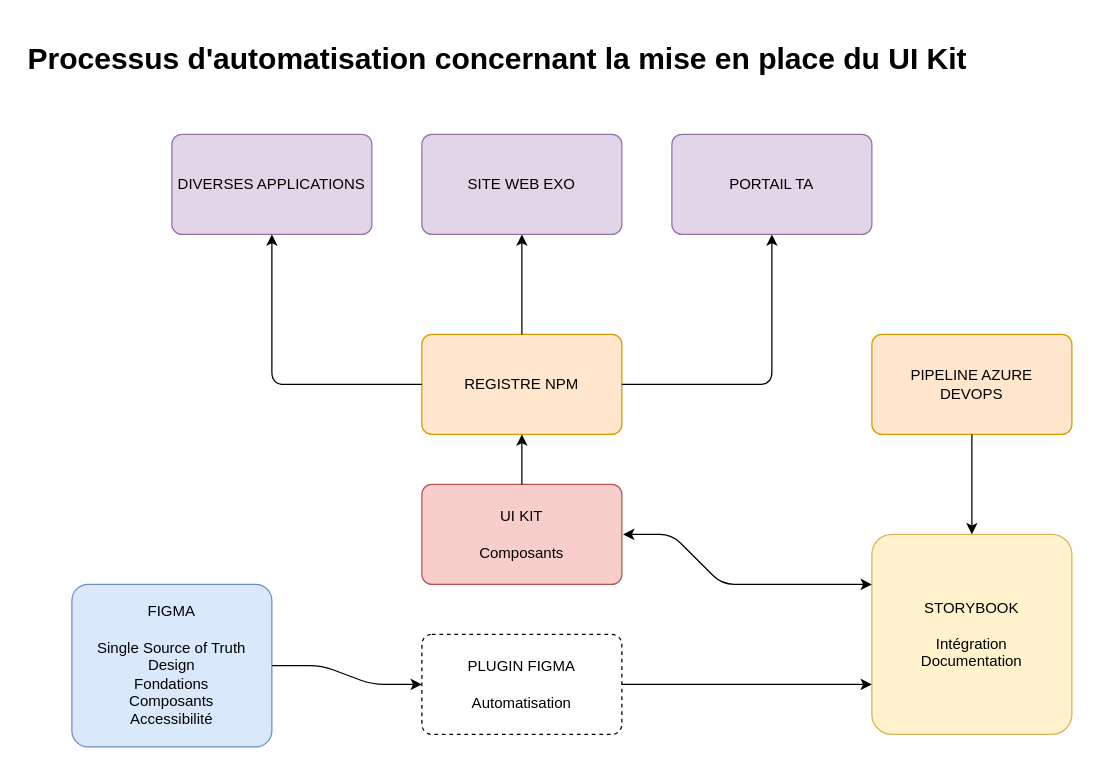
Tim-arts/flowcharts keeps this draw.io diagram as Copy of Untitled Diagram.drawio. Above is the earlier version. Source tidied: cells renumbered, new cells numbered last; positions are measured from the earlier drawing's top-left corner, leaving out a move shared by most shapes. Both pictures are drawn from the tidied source at 125%, with x=0, y=0 at pixel (21, 34).
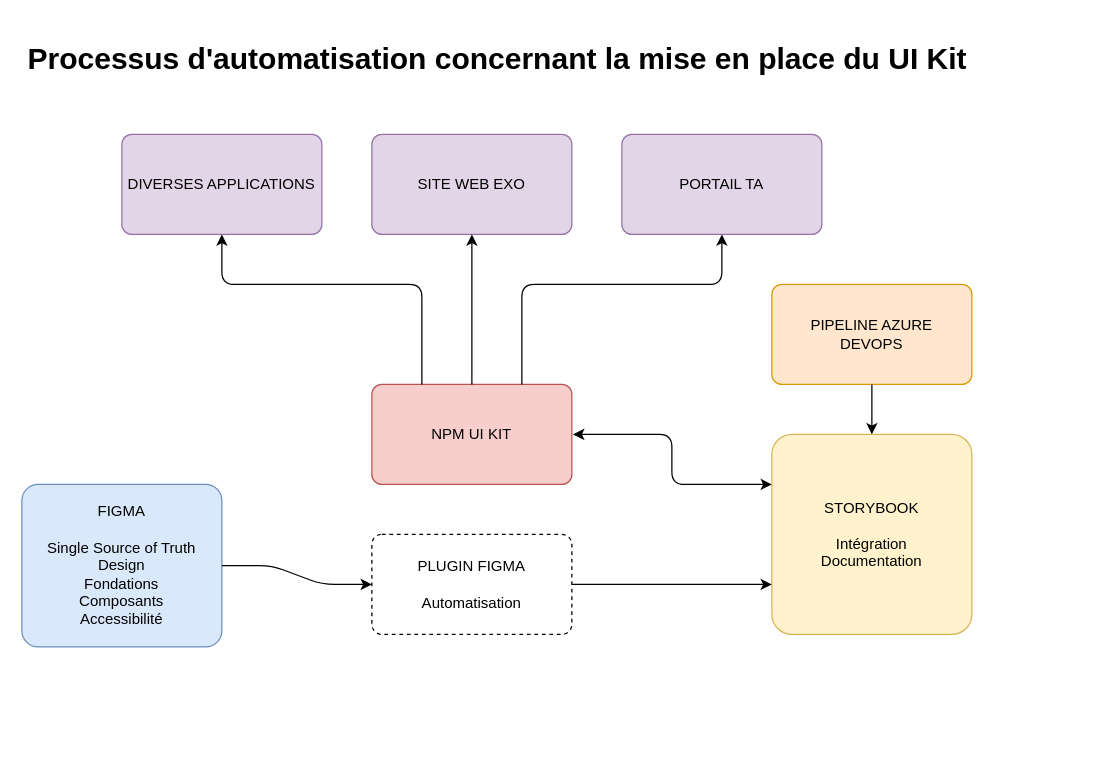
The same diagram, later.

The edit, as a diff of the source:
```diff
@@
     <mxCell id="2" value="FIGMA&lt;br&gt;&lt;br&gt;Single Source of Truth&lt;br&gt;Design&lt;br&gt;Fondations&lt;br&gt;Composants&lt;br&gt;Accessibilité" style="rounded=1;whiteSpace=wrap;html=1;arcSize=10;fillColor=#dae8fc;strokeColor=#6c8ebf;" parent="1" vertex="1">
-      <mxGeometry x="40" y="440" width="160" height="130" as="geometry" />
+      <mxGeometry y="360" width="160" height="130" as="geometry" />
     </mxCell>
     <mxCell id="3" value="STORYBOOK&lt;br&gt;&lt;br&gt;Intégration&lt;br&gt;Documentation" style="rounded=1;whiteSpace=wrap;html=1;arcSize=10;fillColor=#fff2cc;strokeColor=#d6b656;" parent="1" vertex="1">
-      <mxGeometry x="680" y="400" width="160" height="160" as="geometry" />
+      <mxGeometry x="600" y="320" width="160" height="160" as="geometry" />
     </mxCell>
     <mxCell id="4" value="PIPELINE AZURE&lt;br&gt;DEVOPS" style="rounded=1;whiteSpace=wrap;html=1;arcSize=10;fillColor=#ffe6cc;strokeColor=#d79b00;" parent="1" vertex="1">
-      <mxGeometry x="680" y="240" width="160" height="80" as="geometry" />
+      <mxGeometry x="600" y="200" width="160" height="80" as="geometry" />
     </mxCell>
     <mxCell id="5" style="endArrow=classic;html=1;jumpStyle=line;shadow=0;rounded=1;jumpSize=6;endSize=6;fixDash=1;orthogonal=0;comic=0;backgroundOutline=0;entryX=0;entryY=0.5;entryDx=0;entryDy=0;exitX=1;exitY=0.5;exitDx=0;exitDy=0;" parent="1" edge="1" source="2" target="12">
       <mxGeometry relative="1" as="geometry">
         <Array as="points">
-          <mxPoint x="240" y="505" />
-          <mxPoint x="280" y="520" />
+          <mxPoint x="200" y="425" />
+          <mxPoint x="240" y="440" />
         </Array>
       </mxGeometry>
     </mxCell>
@@
     <mxCell id="7" value="PORTAIL TA" style="rounded=1;whiteSpace=wrap;html=1;arcSize=10;fillColor=#e1d5e7;strokeColor=#9673a6;" parent="1" vertex="1">
-      <mxGeometry x="520" y="80" width="160" height="80" as="geometry" />
+      <mxGeometry x="480" y="80" width="160" height="80" as="geometry" />
     </mxCell>
     <mxCell id="8" value="SITE WEB EXO" style="rounded=1;whiteSpace=wrap;html=1;arcSize=10;fillColor=#e1d5e7;strokeColor=#9673a6;" parent="1" vertex="1">
-      <mxGeometry x="320" y="80" width="160" height="80" as="geometry" />
+      <mxGeometry x="280" y="80" width="160" height="80" as="geometry" />
     </mxCell>
-    <mxCell id="9" value="REGISTRE NPM" style="rounded=1;whiteSpace=wrap;html=1;arcSize=10;fillColor=#ffe6cc;strokeColor=#d79b00;" parent="1" vertex="1">
-      <mxGeometry x="320" y="240" width="160" height="80" as="geometry" />
+    <mxCell id="9" value="NPM UI KIT" style="rounded=1;whiteSpace=wrap;html=1;arcSize=10;fillColor=#f8cecc;strokeColor=#b85450;" parent="1" vertex="1">
+      <mxGeometry x="280" y="280" width="160" height="80" as="geometry" />
     </mxCell>
@@
-    <mxCell id="11" value="UI KIT&lt;br&gt;&lt;br&gt;Composants" style="rounded=1;whiteSpace=wrap;html=1;arcSize=10;fillColor=#f8cecc;strokeColor=#b85450;" parent="1" vertex="1">
-      <mxGeometry x="320" y="360" width="160" height="80" as="geometry" />
-    </mxCell>
     <mxCell id="12" value="PLUGIN FIGMA&lt;br&gt;&lt;br&gt;Automatisation" style="rounded=1;whiteSpace=wrap;html=1;arcSize=10;dashed=1;" parent="1" vertex="1">
-      <mxGeometry x="320" y="480" width="160" height="80" as="geometry" />
+      <mxGeometry x="280" y="400" width="160" height="80" as="geometry" />
     </mxCell>
@@
-    <mxCell id="14" style="endArrow=classic;html=1;shadow=0;endSize=6;strokeColor=#000000;entryX=0.5;entryY=1;entryDx=0;entryDy=0;exitX=0.5;exitY=0;exitDx=0;exitDy=0;" parent="1" edge="1" source="11" target="9">
-      <mxGeometry relative="1" as="geometry" />
-    </mxCell>
     <mxCell id="15" style="endArrow=classic;html=1;shadow=0;endSize=6;strokeColor=#000000;entryX=0.5;entryY=1;entryDx=0;entryDy=0;exitX=0.5;exitY=0;exitDx=0;exitDy=0;" parent="1" edge="1" source="9" target="8">
-      <mxGeometry relative="1" as="geometry">
-        <Array as="points">
-          <mxPoint x="400" y="200" />
-        </Array>
-      </mxGeometry>
+      <mxGeometry relative="1" as="geometry" />
     </mxCell>
-    <mxCell id="16" style="endArrow=classic;html=1;shadow=0;endSize=6;strokeColor=#000000;entryX=0.5;entryY=1;entryDx=0;entryDy=0;exitX=1;exitY=0.5;exitDx=0;exitDy=0;" parent="1" edge="1" source="9" target="7">
+    <mxCell id="16" style="endArrow=classic;html=1;shadow=0;endSize=6;strokeColor=#000000;entryX=0.5;entryY=1;entryDx=0;entryDy=0;exitX=0.75;exitY=0;exitDx=0;exitDy=0;" parent="1" edge="1" source="9" target="7">
       <mxGeometry relative="1" as="geometry">
         <Array as="points">
-          <mxPoint x="520" y="280" />
-          <mxPoint x="600" y="280" />
+          <mxPoint x="400" y="200" />
+          <mxPoint x="560" y="200" />
         </Array>
       </mxGeometry>
     </mxCell>
     <mxCell id="17" style="endArrow=classic;startArrow=classic;html=1;shadow=0;endSize=6;strokeColor=#000000;entryX=0;entryY=0.25;entryDx=0;entryDy=0;" parent="1" edge="1" target="3">
       <mxGeometry relative="1" as="geometry">
-        <mxPoint x="481" y="400" as="sourcePoint" />
+        <mxPoint x="441" y="320" as="sourcePoint" />
         <Array as="points">
-          <mxPoint x="520" y="400" />
-          <mxPoint x="560" y="440" />
+          <mxPoint x="520" y="320" />
+          <mxPoint x="520" y="360" />
         </Array>
       </mxGeometry>
     </mxCell>
     <mxCell id="18" value="DIVERSES APPLICATIONS" style="rounded=1;whiteSpace=wrap;html=1;arcSize=10;fillColor=#e1d5e7;strokeColor=#9673a6;" parent="1" vertex="1">
-      <mxGeometry x="120" y="80" width="160" height="80" as="geometry" />
+      <mxGeometry x="80" y="80" width="160" height="80" as="geometry" />
     </mxCell>
-    <mxCell id="19" style="endArrow=classic;html=1;entryX=0.5;entryY=1;entryDx=0;entryDy=0;exitX=0;exitY=0.5;exitDx=0;exitDy=0;" parent="1" edge="1" source="9" target="18">
+    <mxCell id="19" style="endArrow=classic;html=1;entryX=0.5;entryY=1;entryDx=0;entryDy=0;exitX=0.25;exitY=0;exitDx=0;exitDy=0;" parent="1" edge="1" source="9" target="18">
       <mxGeometry relative="1" as="geometry">
         <Array as="points">
-          <mxPoint x="200" y="280" />
+          <mxPoint x="320" y="200" />
+          <mxPoint x="160" y="200" />
         </Array>
       </mxGeometry>
     </mxCell>
```
